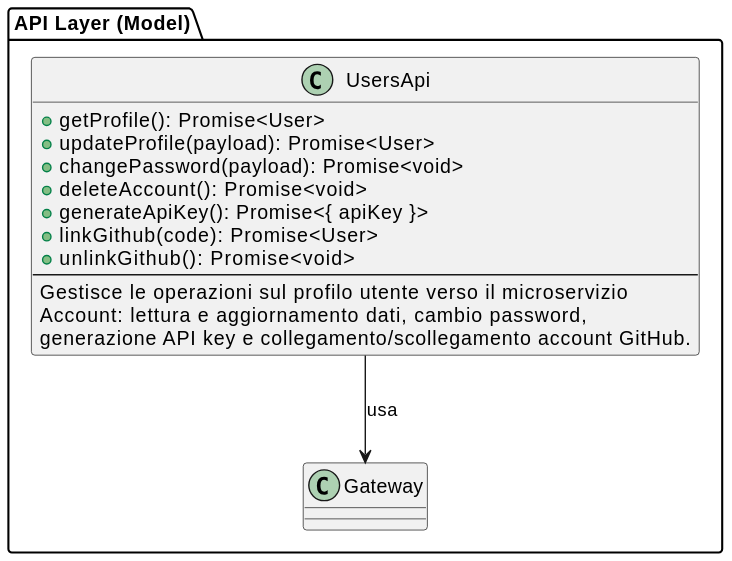
This is assets/st_diagrams/svg/users_api.svg from SkarabGroup/DocumentazioneProgetto, a PlantUML export, as it was before one commit. Its diagram source:
```plantuml
@startuml
package "API Layer (Model)" {
  class UsersApi {
    + getProfile(): Promise<User>
    + updateProfile(payload): Promise<User>
    + changePassword(payload): Promise<void>
    + deleteAccount(): Promise<void>
    + generateApiKey(): Promise<{ apiKey }>
    + linkGithub(code): Promise<User>
    + unlinkGithub(): Promise<void>
    --
    Gestisce le operazioni sul profilo utente verso il microservizio
    Account: lettura e aggiornamento dati, cambio password,
    generazione API key e collegamento/scollegamento account GitHub.
  }

  UsersApi --> "Gateway" : usa
}
@enduml
```
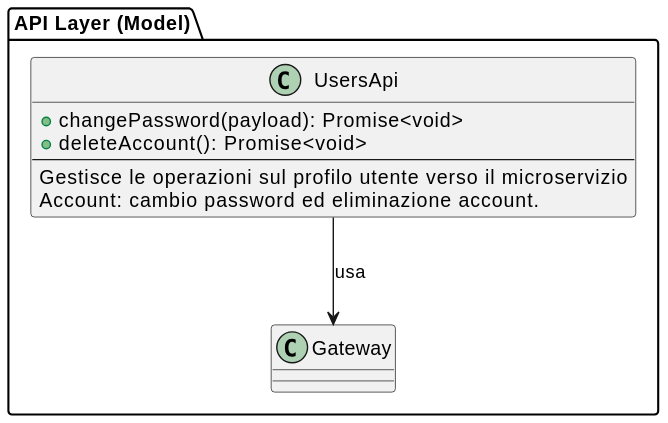
After the commit.

The edit, as a diff of the source:
```diff
@@ -1,17 +1,11 @@
 @startuml
 package "API Layer (Model)" {
   class UsersApi {
-    + getProfile(): Promise<User>
-    + updateProfile(payload): Promise<User>
     + changePassword(payload): Promise<void>
     + deleteAccount(): Promise<void>
-    + generateApiKey(): Promise<{ apiKey }>
-    + linkGithub(code): Promise<User>
-    + unlinkGithub(): Promise<void>
     --
     Gestisce le operazioni sul profilo utente verso il microservizio
-    Account: lettura e aggiornamento dati, cambio password,
-    generazione API key e collegamento/scollegamento account GitHub.
+    Account: cambio password ed eliminazione account.
   }
 
   UsersApi --> "Gateway" : usa
```
